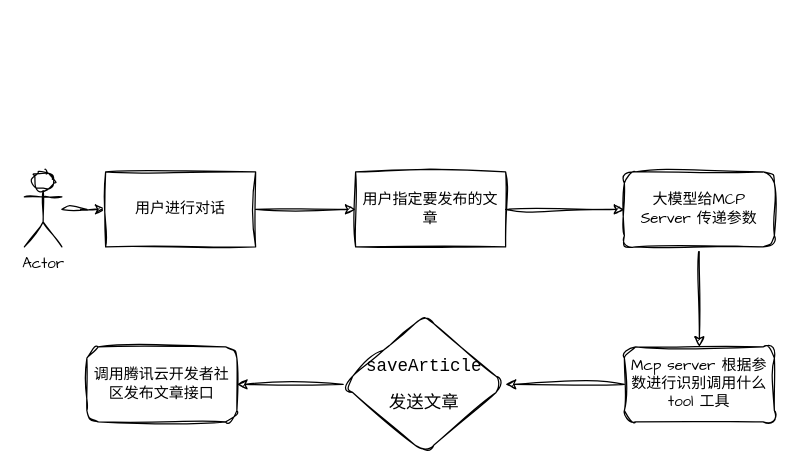
Before: 腾讯云文章发布MCPServer.drawio in yangbuyiya/yangbuyi-blog-images, a draw.io diagram. Source tidied: cells renumbered, new cells numbered last; positions are measured from the earlier drawing's top-left corner, leaving out a move shared by most shapes. Both pictures are drawn from the tidied source at 125%, with x=0, y=0 at pixel (24, 171).
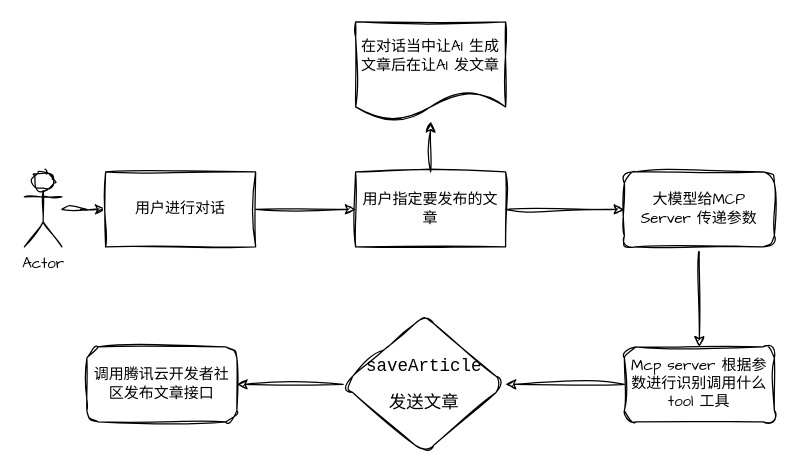
After the change.

Commit message (it also covers changes not shown here):
更新腾讯云文章发布MCPServer.drawio

What changed in the source:
```diff
@@
 <mxGraphModel>
   <root>
     <mxCell id="0" />
     <mxCell id="1" parent="0" />
     <mxCell id="2" style="edgeStyle=orthogonalEdgeStyle;rounded=0;sketch=1;hachureGap=4;jiggle=2;curveFitting=1;jettySize=auto;html=1;fontFamily=Architects Daughter;" parent="1" edge="1" source="3" target="5">
       <mxGeometry relative="1" as="geometry" />
     </mxCell>
     <mxCell id="3" value="Actor" style="shape=umlActor;verticalLabelPosition=bottom;verticalAlign=top;html=1;outlineConnect=0;sketch=1;hachureGap=4;jiggle=2;curveFitting=1;fontFamily=Architects Daughter;" parent="1" vertex="1">
       <mxGeometry width="30" height="60" as="geometry" />
     </mxCell>
     <mxCell id="4" style="edgeStyle=orthogonalEdgeStyle;rounded=0;sketch=1;hachureGap=4;jiggle=2;curveFitting=1;jettySize=auto;html=1;fontFamily=Architects Daughter;" parent="1" edge="1" source="5" target="7">
       <mxGeometry relative="1" as="geometry" />
     </mxCell>
     <mxCell id="5" value="用户进行对话" style="whiteSpace=wrap;html=1;fontFamily=Architects Daughter;verticalAlign=middle;sketch=1;hachureGap=4;jiggle=2;curveFitting=1;fillStyle=auto;align=center;labelBackgroundColor=none;labelBorderColor=none;textShadow=0;" parent="1" vertex="1">
       <mxGeometry x="65" width="120" height="60" as="geometry" />
     </mxCell>
     <mxCell id="6" style="edgeStyle=orthogonalEdgeStyle;rounded=0;sketch=1;hachureGap=4;jiggle=2;curveFitting=1;jettySize=auto;html=1;fontFamily=Architects Daughter;" parent="1" edge="1" source="7" target="9">
       <mxGeometry relative="1" as="geometry" />
     </mxCell>
+    <mxCell id="15" style="edgeStyle=orthogonalEdgeStyle;rounded=0;sketch=1;hachureGap=4;jiggle=2;curveFitting=1;jettySize=auto;html=1;fontFamily=Architects Daughter;" parent="1" edge="1" source="7" target="16">
+      <mxGeometry relative="1" as="geometry" />
+    </mxCell>
     <mxCell id="7" value="用户指定要发布的文章" style="whiteSpace=wrap;html=1;fontFamily=Architects Daughter;verticalAlign=middle;sketch=1;hachureGap=4;jiggle=2;curveFitting=1;fillStyle=auto;align=center;labelBackgroundColor=none;labelBorderColor=none;textShadow=0;" parent="1" vertex="1">
       <mxGeometry x="265" width="120" height="60" as="geometry" />
     </mxCell>
     <mxCell id="8" style="edgeStyle=orthogonalEdgeStyle;rounded=0;sketch=1;hachureGap=4;jiggle=2;curveFitting=1;jettySize=auto;html=1;fontFamily=Architects Daughter;" parent="1" edge="1" source="9" target="11">
       <mxGeometry relative="1" as="geometry" />
     </mxCell>
     <mxCell id="9" value="大模型给MCP Server 传递参数" style="rounded=1;whiteSpace=wrap;html=1;fontFamily=Architects Daughter;sketch=1;hachureGap=4;jiggle=2;curveFitting=1;fillStyle=auto;labelBackgroundColor=none;labelBorderColor=none;" parent="1" vertex="1">
       <mxGeometry x="480" width="120" height="60" as="geometry" />
     </mxCell>
     <mxCell id="10" style="edgeStyle=orthogonalEdgeStyle;rounded=0;sketch=1;hachureGap=4;jiggle=2;curveFitting=1;jettySize=auto;html=1;fontFamily=Architects Daughter;" parent="1" edge="1" source="11" target="13">
       <mxGeometry relative="1" as="geometry" />
     </mxCell>
     <mxCell id="11" value="Mcp server 根据参数进行识别调用什么tool 工具" style="whiteSpace=wrap;html=1;fontFamily=Architects Daughter;rounded=1;sketch=1;hachureGap=4;jiggle=2;curveFitting=1;fillStyle=auto;labelBackgroundColor=none;labelBorderColor=none;" parent="1" vertex="1">
       <mxGeometry x="480" y="140" width="120" height="60" as="geometry" />
     </mxCell>
     <mxCell id="12" style="edgeStyle=orthogonalEdgeStyle;rounded=0;sketch=1;hachureGap=4;jiggle=2;curveFitting=1;jettySize=auto;html=1;fontFamily=Architects Daughter;" parent="1" edge="1" source="13" target="14">
       <mxGeometry relative="1" as="geometry" />
     </mxCell>
     <mxCell id="13" value="&lt;div style=&quot;&quot;&gt;&lt;pre style=&quot;&quot;&gt;&lt;font style=&quot;color: light-dark(rgb(0, 0, 0), rgb(255, 0, 0)); font-size: 14px;&quot;&gt;saveArticle&lt;/font&gt;&lt;/pre&gt;&lt;pre style=&quot;&quot;&gt;&lt;font style=&quot;color: light-dark(rgb(0, 0, 0), rgb(255, 0, 0)); font-size: 14px;&quot;&gt;发送文章&lt;/font&gt;&lt;/pre&gt;&lt;/div&gt;" style="rhombus;whiteSpace=wrap;html=1;fontFamily=Architects Daughter;rounded=1;sketch=1;hachureGap=4;jiggle=2;curveFitting=1;fillStyle=auto;labelBackgroundColor=none;labelBorderColor=none;fontColor=light-dark(default, #da1b1b);" parent="1" vertex="1">
       <mxGeometry x="255" y="115" width="130" height="110" as="geometry" />
     </mxCell>
     <mxCell id="14" value="&lt;font style=&quot;color: light-dark(rgb(0, 0, 0), rgb(255, 255, 255));&quot;&gt;调用腾讯云开发者社区发布文章接口&lt;/font&gt;" style="rounded=1;whiteSpace=wrap;html=1;fontFamily=Architects Daughter;fontColor=light-dark(default, #da1b1b);sketch=1;hachureGap=4;jiggle=2;curveFitting=1;fillStyle=auto;labelBackgroundColor=none;labelBorderColor=none;" parent="1" vertex="1">
       <mxGeometry x="50" y="140" width="120" height="60" as="geometry" />
     </mxCell>
+    <mxCell id="16" value="在对话当中让AI 生成文章后在让AI 发文章" style="shape=document;whiteSpace=wrap;html=1;boundedLbl=1;fontFamily=Architects Daughter;sketch=1;hachureGap=4;jiggle=2;curveFitting=1;fillStyle=auto;labelBackgroundColor=none;labelBorderColor=none;" parent="1" vertex="1">
+      <mxGeometry x="265" y="-120" width="120" height="80" as="geometry" />
+    </mxCell>
   </root>
 </mxGraphModel>
```
